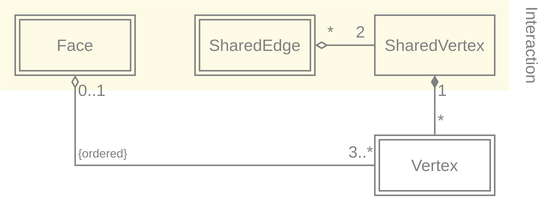
This is wiki/MetaMeshGraph.svg from YoanWithY/kayo, a draw.io export, as it was before one commit. Source tidied: cells renumbered, new cells last; positions are measured from the earlier drawing's top-left corner, leaving out a move shared by most shapes.
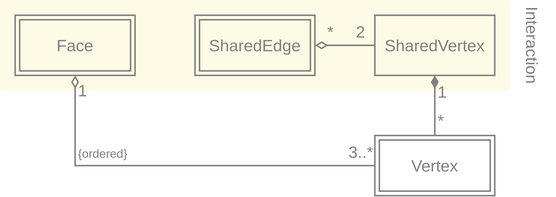
The same diagram one commit later.

What changed in the source:
```diff
@@ -60,7 +60,7 @@
         <mxPoint x="37" as="offset" />
       </mxGeometry>
     </mxCell>
-    <mxCell id="15" value="0..1" style="edgeLabel;html=1;align=left;verticalAlign=middle;fontSize=11;fontFamily=Helvetica;fontColor=#808080;labelBackgroundColor=none;" parent="13" vertex="1">
+    <mxCell id="15" value="1" style="edgeLabel;html=1;align=left;verticalAlign=middle;fontSize=11;fontFamily=Helvetica;fontColor=#808080;labelBackgroundColor=none;" parent="13" vertex="1">
       <mxGeometry x="-0.41" y="-1" relative="1" as="geometry">
         <mxPoint x="-17" y="-51" as="offset" />
       </mxGeometry>
```
